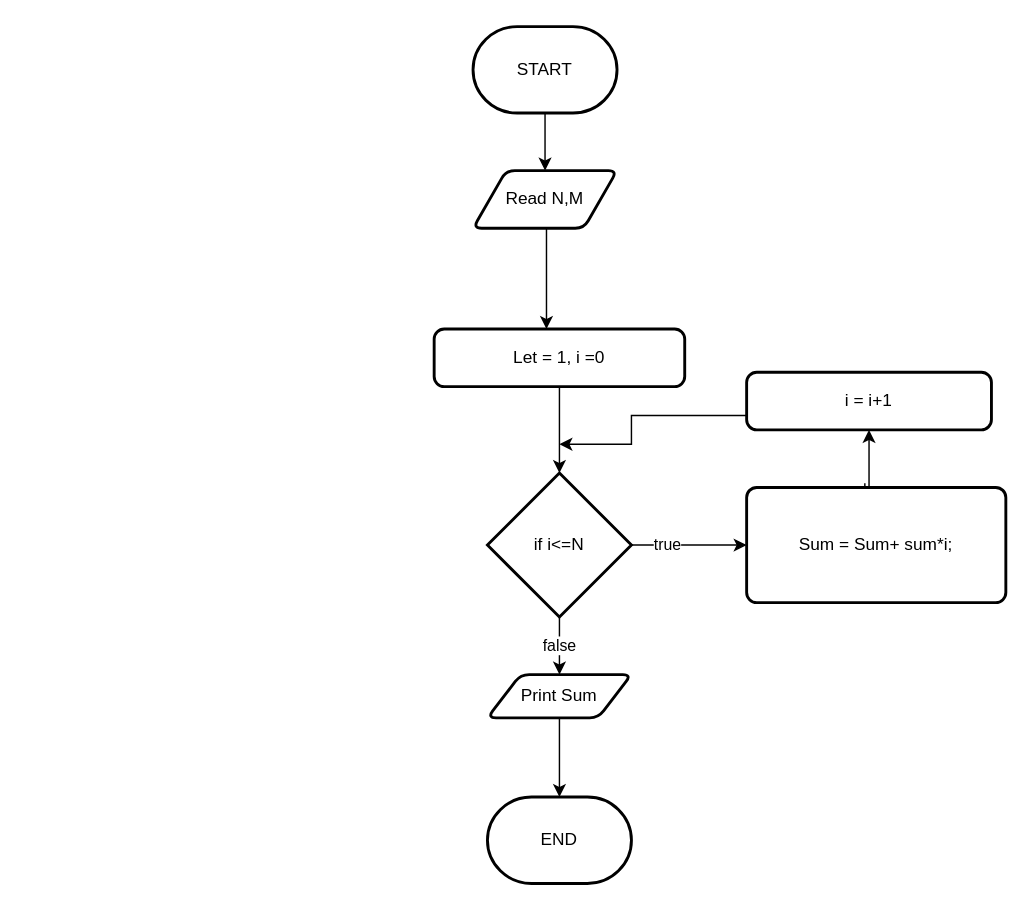
Before: GCDOfTwoNumber.drawio in SandeepShivaram/ScalarFiles, a draw.io diagram. Source tidied: cells renumbered, new cells numbered last; positions are measured from the earlier drawing's top-left corner, leaving out a move shared by most shapes. Both pictures are drawn from the tidied source at 144%, with x=0, y=0 at pixel (433, 26).
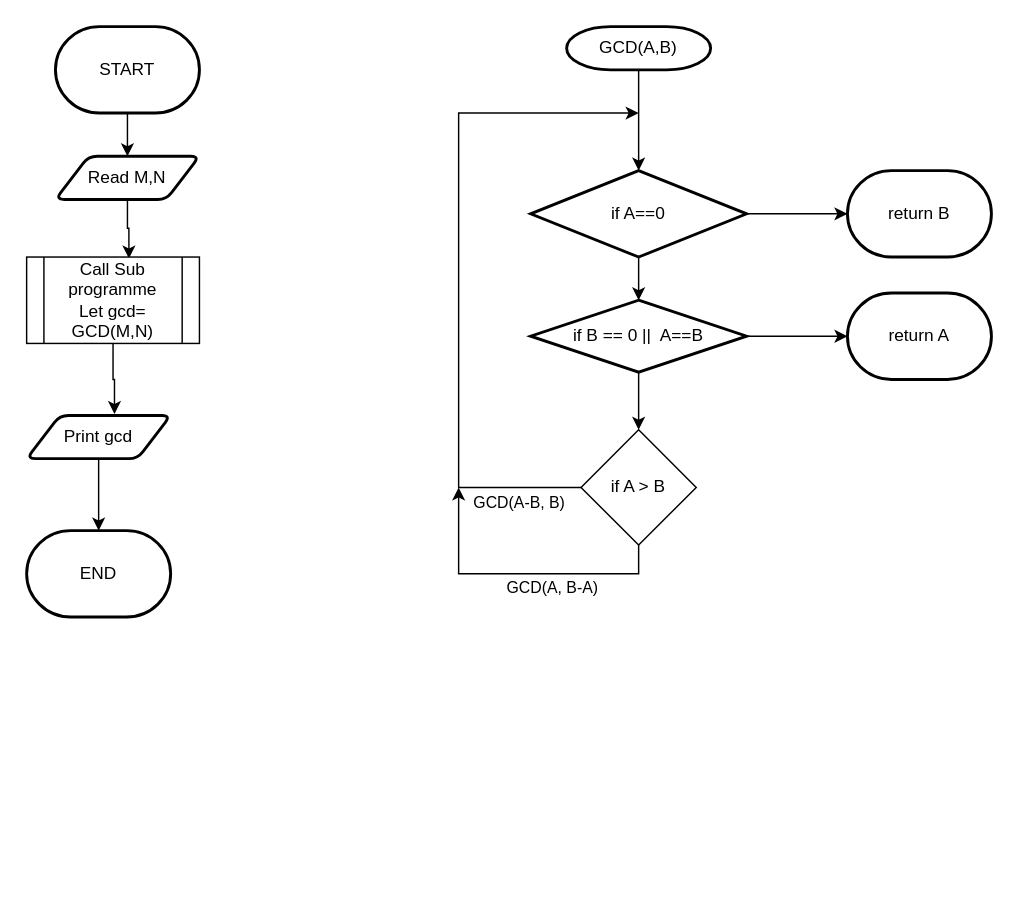
After the change.

The edit, as a diff of the source:
```diff
@@
     <mxCell id="3" value="START" style="strokeWidth=2;html=1;shape=mxgraph.flowchart.terminator;whiteSpace=wrap;" parent="1" vertex="1">
-      <mxGeometry x="27" width="100" height="60" as="geometry" />
+      <mxGeometry x="-263" width="100" height="60" as="geometry" />
     </mxCell>
-    <mxCell id="4" style="edgeStyle=orthogonalEdgeStyle;rounded=0;jettySize=auto;html=1;entryX=0.5;entryY=1;entryDx=0;entryDy=0;exitX=0.456;exitY=-0.037;exitDx=0;exitDy=0;exitPerimeter=0;" parent="1" edge="1" source="5" target="15">
-      <mxGeometry relative="1" as="geometry">
-        <Array as="points">
-          <mxPoint x="299" y="320" />
-          <mxPoint x="302" y="320" />
-        </Array>
-      </mxGeometry>
-    </mxCell>
-    <mxCell id="5" value="Sum = Sum+ sum*i;" style="rounded=1;whiteSpace=wrap;html=1;absoluteArcSize=1;arcSize=14;strokeWidth=2;rotation=0;" parent="1" vertex="1">
-      <mxGeometry x="217" y="320" width="180" height="80" as="geometry" />
-    </mxCell>
-    <mxCell id="6" style="edgeStyle=orthogonalEdgeStyle;rounded=0;jettySize=auto;html=1;exitX=0.5;exitY=1;exitDx=0;exitDy=0;" parent="1" edge="1" source="7" target="13">
-      <mxGeometry relative="1" as="geometry" />
-    </mxCell>
-    <mxCell id="7" value="Let = 1, i =0" style="rounded=1;whiteSpace=wrap;html=1;absoluteArcSize=1;arcSize=14;strokeWidth=2;" parent="1" vertex="1">
-      <mxGeometry y="210" width="174" height="40" as="geometry" />
-    </mxCell>
-    <mxCell id="8" style="edgeStyle=orthogonalEdgeStyle;rounded=0;jettySize=auto;html=1;" parent="1" edge="1" source="9">
-      <mxGeometry relative="1" as="geometry">
-        <mxPoint x="78" y="210" as="targetPoint" />
-        <Array as="points">
-          <mxPoint x="78" y="200" />
-          <mxPoint x="78" y="200" />
-        </Array>
-      </mxGeometry>
-    </mxCell>
+    <mxCell id="19" style="edgeStyle=orthogonalEdgeStyle;rounded=0;jettySize=auto;html=1;entryX=0.592;entryY=0.017;entryDx=0;entryDy=0;entryPerimeter=0;" parent="1" edge="1" source="9" target="21">
+      <mxGeometry relative="1" as="geometry" />
+    </mxCell>
-    <mxCell id="9" value="Read N,M" style="shape=parallelogram;html=1;strokeWidth=2;perimeter=parallelogramPerimeter;whiteSpace=wrap;rounded=1;arcSize=12;size=0.23;" parent="1" vertex="1">
-      <mxGeometry x="27" y="100" width="100" height="40" as="geometry" />
+    <mxCell id="9" value="Read M,N" style="shape=parallelogram;html=1;strokeWidth=2;perimeter=parallelogramPerimeter;whiteSpace=wrap;rounded=1;arcSize=12;size=0.23;" parent="1" vertex="1">
+      <mxGeometry x="-263" y="90" width="100" height="30" as="geometry" />
     </mxCell>
-    <mxCell id="10" style="edgeStyle=orthogonalEdgeStyle;rounded=0;jettySize=auto;html=1;exitX=1;exitY=0.5;exitDx=0;exitDy=0;exitPerimeter=0;entryX=0;entryY=0.5;entryDx=0;entryDy=0;" parent="1" edge="1" source="13" target="5">
-      <mxGeometry relative="1" as="geometry" />
-    </mxCell>
-    <mxCell id="11" value="true" style="edgeLabel;html=1;align=center;verticalAlign=middle;" parent="10" vertex="1">
-      <mxGeometry x="-0.4" y="1" relative="1" as="geometry" />
-    </mxCell>
-    <mxCell id="12" value="false" style="edgeStyle=orthogonalEdgeStyle;rounded=0;jettySize=auto;html=1;entryX=0.5;entryY=0;entryDx=0;entryDy=0;" parent="1" edge="1" source="13" target="18">
-      <mxGeometry relative="1" as="geometry" />
-    </mxCell>
-    <mxCell id="13" value="if i&amp;lt;=N" style="strokeWidth=2;html=1;shape=mxgraph.flowchart.decision;whiteSpace=wrap;" parent="1" vertex="1">
-      <mxGeometry x="37" y="310" width="100" height="100" as="geometry" />
-    </mxCell>
-    <mxCell id="14" style="edgeStyle=orthogonalEdgeStyle;rounded=0;jettySize=auto;html=1;" parent="1" edge="1" source="15">
-      <mxGeometry relative="1" as="geometry">
-        <mxPoint x="87" y="290" as="targetPoint" />
-        <Array as="points">
-          <mxPoint x="137" y="270" />
-          <mxPoint x="137" y="290" />
-        </Array>
-      </mxGeometry>
-    </mxCell>
-    <mxCell id="15" value="i = i+1" style="rounded=1;whiteSpace=wrap;html=1;absoluteArcSize=1;arcSize=14;strokeWidth=2;" parent="1" vertex="1">
-      <mxGeometry x="217" y="240" width="170" height="40" as="geometry" />
-    </mxCell>
+    <mxCell id="20" style="edgeStyle=orthogonalEdgeStyle;rounded=0;jettySize=auto;html=1;entryX=0.61;entryY=-0.033;entryDx=0;entryDy=0;entryPerimeter=0;" parent="1" edge="1" source="21" target="23">
+      <mxGeometry relative="1" as="geometry" />
+    </mxCell>
+    <mxCell id="21" value="&lt;div&gt;Call Sub programme&lt;/div&gt;&lt;div&gt;Let gcd= GCD(M,N)&lt;br&gt;&lt;/div&gt;" style="shape=process;whiteSpace=wrap;html=1;backgroundOutline=1;" parent="1" vertex="1">
+      <mxGeometry x="-283" y="160" width="120" height="60" as="geometry" />
+    </mxCell>
+    <mxCell id="22" style="edgeStyle=orthogonalEdgeStyle;rounded=0;jettySize=auto;html=1;entryX=0.5;entryY=0;entryDx=0;entryDy=0;entryPerimeter=0;" parent="1" edge="1" source="23" target="16">
+      <mxGeometry relative="1" as="geometry" />
+    </mxCell>
+    <mxCell id="23" value="Print gcd" style="shape=parallelogram;html=1;strokeWidth=2;perimeter=parallelogramPerimeter;whiteSpace=wrap;rounded=1;arcSize=12;size=0.23;" parent="1" vertex="1">
+      <mxGeometry x="-283" y="270" width="100" height="30" as="geometry" />
+    </mxCell>
     <mxCell id="16" value="END" style="strokeWidth=2;html=1;shape=mxgraph.flowchart.terminator;whiteSpace=wrap;" parent="1" vertex="1">
-      <mxGeometry x="37" y="535" width="100" height="60" as="geometry" />
+      <mxGeometry x="-283" y="350" width="100" height="60" as="geometry" />
     </mxCell>
-    <mxCell id="17" style="edgeStyle=orthogonalEdgeStyle;rounded=0;jettySize=auto;html=1;entryX=0.5;entryY=0;entryDx=0;entryDy=0;entryPerimeter=0;" parent="1" edge="1" source="18" target="16">
-      <mxGeometry relative="1" as="geometry" />
-    </mxCell>
-    <mxCell id="18" value="Print Sum" style="shape=parallelogram;html=1;strokeWidth=2;perimeter=parallelogramPerimeter;whiteSpace=wrap;rounded=1;arcSize=12;size=0.23;" parent="1" vertex="1">
-      <mxGeometry x="37" y="450" width="100" height="30" as="geometry" />
-    </mxCell>
+    <mxCell id="24" style="edgeStyle=orthogonalEdgeStyle;rounded=0;jettySize=auto;html=1;" parent="1" edge="1" source="25" target="28">
+      <mxGeometry relative="1" as="geometry" />
+    </mxCell>
+    <mxCell id="25" value="GCD(A,B)" style="strokeWidth=2;html=1;shape=mxgraph.flowchart.terminator;whiteSpace=wrap;" parent="1" vertex="1">
+      <mxGeometry x="92" width="100" height="30" as="geometry" />
+    </mxCell>
+    <mxCell id="26" style="edgeStyle=orthogonalEdgeStyle;rounded=0;jettySize=auto;html=1;" parent="1" edge="1" source="28" target="32">
+      <mxGeometry relative="1" as="geometry" />
+    </mxCell>
+    <mxCell id="27" style="edgeStyle=orthogonalEdgeStyle;rounded=0;jettySize=auto;html=1;" parent="1" edge="1" source="28" target="29">
+      <mxGeometry relative="1" as="geometry" />
+    </mxCell>
+    <mxCell id="28" value="if A==0 " style="strokeWidth=2;html=1;shape=mxgraph.flowchart.decision;whiteSpace=wrap;" parent="1" vertex="1">
+      <mxGeometry x="67" y="100" width="150" height="60" as="geometry" />
+    </mxCell>
+    <mxCell id="29" value="return B" style="strokeWidth=2;html=1;shape=mxgraph.flowchart.terminator;whiteSpace=wrap;" parent="1" vertex="1">
+      <mxGeometry x="287" y="100" width="100" height="60" as="geometry" />
+    </mxCell>
+    <mxCell id="30" style="edgeStyle=orthogonalEdgeStyle;rounded=0;jettySize=auto;html=1;entryX=0.5;entryY=0;entryDx=0;entryDy=0;" parent="1" edge="1" source="32" target="37">
+      <mxGeometry relative="1" as="geometry" />
+    </mxCell>
+    <mxCell id="31" style="edgeStyle=orthogonalEdgeStyle;rounded=0;jettySize=auto;html=1;" parent="1" edge="1" source="32" target="33">
+      <mxGeometry relative="1" as="geometry" />
+    </mxCell>
+    <mxCell id="32" value="if B == 0 ||&amp;nbsp; A==B" style="strokeWidth=2;html=1;shape=mxgraph.flowchart.decision;whiteSpace=wrap;" parent="1" vertex="1">
+      <mxGeometry x="67" y="190" width="150" height="50" as="geometry" />
+    </mxCell>
+    <mxCell id="33" value="return A" style="strokeWidth=2;html=1;shape=mxgraph.flowchart.terminator;whiteSpace=wrap;" parent="1" vertex="1">
+      <mxGeometry x="287" y="185" width="100" height="60" as="geometry" />
+    </mxCell>
+    <mxCell id="34" style="edgeStyle=orthogonalEdgeStyle;rounded=0;jettySize=auto;html=1;" parent="1" edge="1" source="37">
+      <mxGeometry relative="1" as="geometry">
+        <mxPoint x="142" y="60" as="targetPoint" />
+        <Array as="points">
+          <mxPoint x="17" y="320" />
+          <mxPoint x="17" y="60" />
+        </Array>
+      </mxGeometry>
+    </mxCell>
+    <mxCell id="35" value="GCD(A-B, B)" style="edgeLabel;html=1;align=center;verticalAlign=middle;" parent="34" vertex="1">
+      <mxGeometry x="-0.9" relative="1" as="geometry">
+        <mxPoint x="-21" y="10" as="offset" />
+      </mxGeometry>
+    </mxCell>
+    <mxCell id="36" value="GCD(A, B-A)" style="edgeStyle=orthogonalEdgeStyle;rounded=0;jettySize=auto;html=1;exitX=0.5;exitY=1;exitDx=0;exitDy=0;" parent="1" edge="1" source="37">
+      <mxGeometry x="-0.22" y="10" relative="1" as="geometry">
+        <mxPoint x="17" y="320" as="targetPoint" />
+        <Array as="points">
+          <mxPoint x="142" y="380" />
+          <mxPoint x="17" y="380" />
+          <mxPoint x="17" y="320" />
+        </Array>
+      </mxGeometry>
+    </mxCell>
+    <mxCell id="37" value="if A &amp;gt; B" style="rhombus;whiteSpace=wrap;html=1;" parent="1" vertex="1">
+      <mxGeometry x="102" y="280" width="80" height="80" as="geometry" />
+    </mxCell>
```
